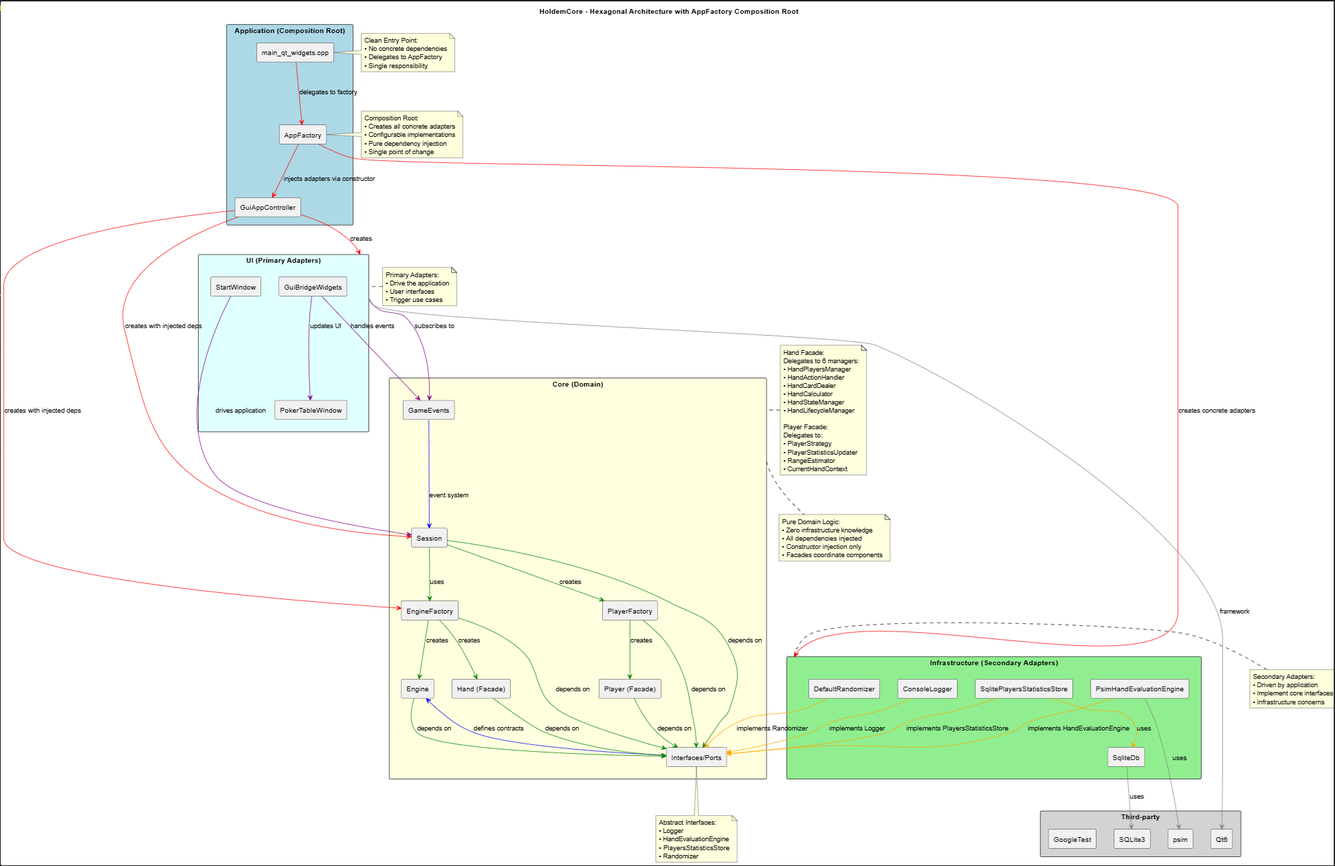
Marcennaji/HoldemCore keeps this PlantUML diagram as doc/architecture.png. Above is the earlier version. Its source is kept beside it as doc/architecture.puml.
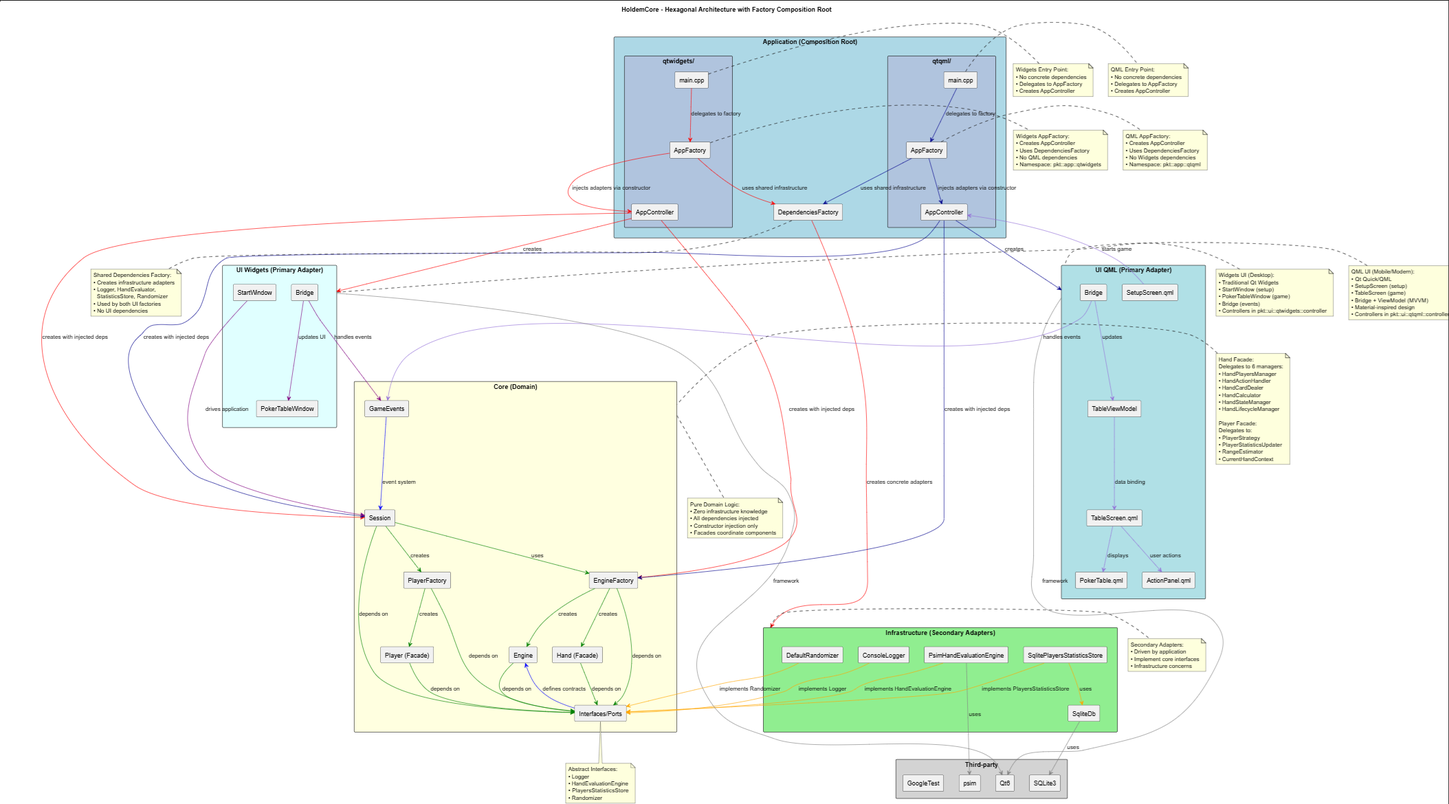
After the commit.

Diff of the diagram source:
```diff
@@ -1,5 +1,5 @@
 @startuml
-title HoldemCore – Hexagonal Architecture with AppFactory Composition Root
+title HoldemCore – Hexagonal Architecture with Factory Composition Root
 
 skinparam packageStyle rectangle
 skinparam shadowing false
@@ -17,9 +17,19 @@
 }
 
 package "Application (Composition Root)" as App #LightBlue {
-  [main_qt_widgets.cpp] as Main
-  [AppFactory] as AppFactory
-  [GuiAppController] as GuiController
+  package "qtwidgets/" as WidgetsApp #LightSteelBlue {
+    [main.cpp] as WidgetsMain
+    [AppFactory] as WidgetsFactory
+    [AppController] as WidgetsController
+  }
+
+  package "qtqml/" as QmlApp #LightSteelBlue {
+    [main.cpp] as QmlMain
+    [AppFactory] as QmlFactory
+    [AppController] as QmlController
+  }
+
+  [DependenciesFactory] as DepsFactory
 }
 
 package "Infrastructure (Secondary Adapters)" as Infra #LightGreen {
@@ -30,10 +40,19 @@
   [SqliteDb] as SqliteDb
 }
 
-package "UI (Primary Adapters)" as UI #LightCyan {
+package "UI Widgets (Primary Adapter)" as UIWidgets #LightCyan {
   [StartWindow] as StartWindow
   [PokerTableWindow] as TableWindow
-  [GuiBridgeWidgets] as Bridge
+  [Bridge] as Bridge
+}
+
+package "UI QML (Primary Adapter)" as UIQML #PowderBlue {
+  [SetupScreen.qml] as SetupScreen
+  [TableScreen.qml] as TableScreen
+  [Bridge] as QmlBridge
+  [TableViewModel] as ViewModel
+  [PokerTable.qml] as PokerTable
+  [ActionPanel.qml] as ActionPanel
 }
 
 package "Third-party" as ThirdParty #LightGray {
@@ -57,12 +76,20 @@
 EngineFactory -[#green]-> Ports : depends on
 PlayerFactory -[#green]-> Ports : depends on
 
-Main -[#red]-> AppFactory : delegates to factory
-AppFactory -[#red]-> Infra : creates concrete adapters
-AppFactory -[#red]-> GuiController : injects adapters via constructor
-GuiController -[#red]-> Session : creates with injected deps
-GuiController -[#red]-> EngineFactory : creates with injected deps
-GuiController -[#red]-> UI : creates
+WidgetsMain -[#red]-> WidgetsFactory : delegates to factory
+WidgetsFactory -[#red]-> DepsFactory : uses shared infrastructure
+DepsFactory -[#red]-> Infra : creates concrete adapters
+WidgetsFactory -[#red]-> WidgetsController : injects adapters via constructor
+WidgetsController -[#red]-> Session : creates with injected deps
+WidgetsController -[#red]-> EngineFactory : creates with injected deps
+WidgetsController -[#red]-> UIWidgets : creates
+
+QmlMain -[#darkblue]-> QmlFactory : delegates to factory
+QmlFactory -[#darkblue]-> DepsFactory : uses shared infrastructure
+QmlFactory -[#darkblue]-> QmlController : injects adapters via constructor
+QmlController -[#darkblue]-> Session : creates with injected deps
+QmlController -[#darkblue]-> EngineFactory : creates with injected deps
+QmlController -[#darkblue]-> UIQML : creates
 
 ConsoleLogger -[#orange]-> Ports : implements Logger
 SqliteStore -[#orange]-> Ports : implements PlayersStatisticsStore
@@ -70,21 +97,32 @@
 DefaultRandomizer -[#orange]-> Ports : implements Randomizer
 SqliteStore -[#orange]-> SqliteDb : uses
 
-UI -[#purple]-> GameEvents : subscribes to
 StartWindow -[#purple]-> Session : drives application
 Bridge -[#purple]-> GameEvents : handles events
 Bridge -[#purple]-> TableWindow : updates UI
 
+SetupScreen -[#mediumpurple]-> QmlController : starts game
+QmlBridge -[#mediumpurple]-> GameEvents : handles events
+QmlBridge -[#mediumpurple]-> ViewModel : updates
+ViewModel -[#mediumpurple]-> TableScreen : data binding
+TableScreen -[#mediumpurple]-> PokerTable : displays
+TableScreen -[#mediumpurple]-> ActionPanel : user actions
+
 SqliteDb -[#gray]-> SQLite3 : uses
 PsimEngine -[#gray]-> psim : uses
-UI -[#gray]-> Qt6 : framework
+UIWidgets -[#gray]-> Qt6 : framework
+UIQML -[#gray]-> Qt6 : framework
 
-note right of Main : Clean Entry Point:\n• No concrete dependencies\n• Delegates to AppFactory\n• Single responsibility
-note right of AppFactory : Composition Root:\n• Creates all concrete adapters\n• Configurable implementations\n• Pure dependency injection\n• Single point of change
+note right of WidgetsMain : Widgets Entry Point:\n• No concrete dependencies\n• Delegates to AppFactory\n• Creates AppController
+note right of QmlMain : QML Entry Point:\n• No concrete dependencies\n• Delegates to AppFactory\n• Creates AppController
+note bottom of DepsFactory : Shared Dependencies Factory:\n• Creates infrastructure adapters\n• Logger, HandEvaluator,\n  StatisticsStore, Randomizer\n• Used by both UI factories\n• No UI dependencies
+note right of WidgetsFactory : Widgets AppFactory:\n• Creates AppController\n• Uses DependenciesFactory\n• No QML dependencies\n• Namespace: pkt::app::qtwidgets
+note right of QmlFactory : QML AppFactory:\n• Creates AppController\n• Uses DependenciesFactory\n• No Widgets dependencies\n• Namespace: pkt::app::qtqml
 note bottom of Ports : Abstract Interfaces:\n• Logger\n• HandEvaluationEngine\n• PlayersStatisticsStore\n• Randomizer
 note bottom of Core : Pure Domain Logic:\n• Zero infrastructure knowledge\n• All dependencies injected\n• Constructor injection only\n• Facades coordinate components
 note left of Core : Hand Facade:\nDelegates to 6 managers:\n• HandPlayersManager\n• HandActionHandler\n• HandCardDealer\n• HandCalculator\n• HandStateManager\n• HandLifecycleManager\n\nPlayer Facade:\nDelegates to:\n• PlayerStrategy\n• PlayerStatisticsUpdater\n• RangeEstimator\n• CurrentHandContext
-note left of UI : Primary Adapters:\n• Drive the application\n• User interfaces\n• Trigger use cases
+note left of UIWidgets : Widgets UI (Desktop):\n• Traditional Qt Widgets\n• StartWindow (setup)\n• PokerTableWindow (game)\n• Bridge (events)\n• Controllers in pkt::ui::qtwidgets::controller
+note left of UIQML : QML UI (Mobile/Modern):\n• Qt Quick/QML\n• SetupScreen (setup)\n• TableScreen (game)\n• Bridge + ViewModel (MVVM)\n• Material-inspired design\n• Controllers in pkt::ui::qtqml::controller
 note right of Infra : Secondary Adapters:\n• Driven by application\n• Implement core interfaces\n• Infrastructure concerns
 
 @enduml
```
